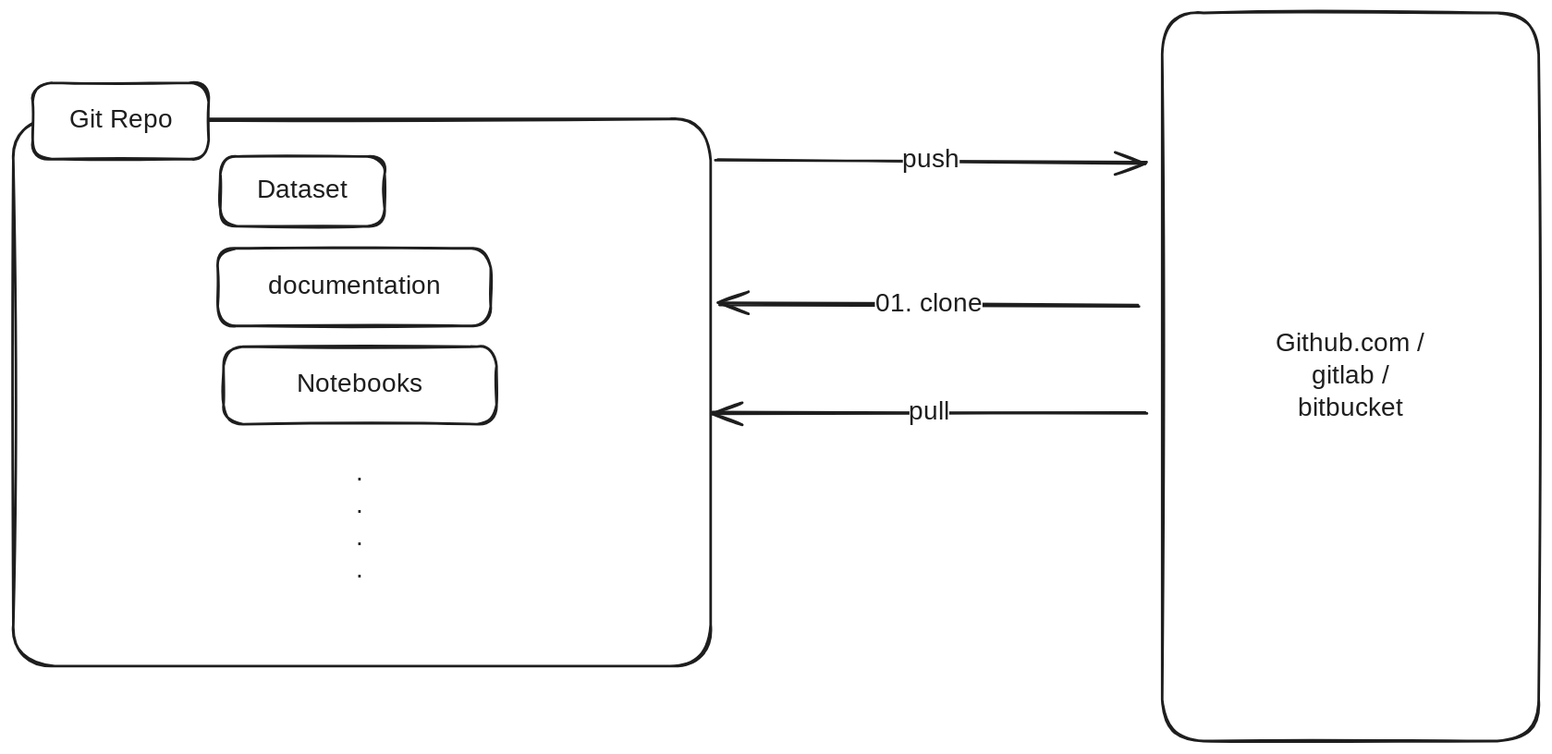
meftaul/e2e-project-09 keeps this Excalidraw diagram as documentation/application-flow.excalidraw.svg. Above is the earlier version. Source tidied: one line per element, renumbered; positions are measured from the earlier drawing's top-left corner, leaving out a move shared by most shapes. The source it was exported from:
```json
{"id": 0, "type": "rectangle", "strokeColor": "#1e1e1e", "strokeWidth": 2, "roughness": 1, "round": true, "x": 0, "y": 82, "width": 539, "height": 423}
{"id": 1, "type": "rectangle", "strokeColor": "#1e1e1e", "strokeWidth": 2, "roughness": 1, "round": true, "x": 160, "y": 111, "width": 127, "height": 54}
{"id": 2, "type": "text", "text": "Dataset", "strokeColor": "#1e1e1e", "strokeWidth": 2, "roughness": 1, "fontSize": 20, "fontFamily": 5, "textAlign": "center", "verticalAlign": "middle", "inside": 1, "x": 182, "y": 126, "width": 82, "height": 25}
{"id": 3, "type": "rectangle", "strokeColor": "#1e1e1e", "strokeWidth": 2, "roughness": 1, "round": true, "x": 158, "y": 182, "width": 211, "height": 60}
{"id": 4, "type": "text", "text": "documentation", "strokeColor": "#1e1e1e", "strokeWidth": 2, "roughness": 1, "fontSize": 20, "fontFamily": 5, "textAlign": "center", "verticalAlign": "middle", "inside": 3, "x": 193, "y": 200, "width": 141, "height": 25}
{"id": 5, "type": "rectangle", "strokeColor": "#1e1e1e", "strokeWidth": 2, "roughness": 1, "round": true, "x": 162, "y": 258, "width": 211, "height": 60}
{"id": 6, "type": "text", "text": "Notebooks", "strokeColor": "#1e1e1e", "strokeWidth": 2, "roughness": 1, "fontSize": 20, "fontFamily": 5, "textAlign": "center", "verticalAlign": "middle", "inside": 5, "x": 216, "y": 276, "width": 103, "height": 25}
{"id": 7, "type": "text", "text": ".\n.\n.\n.", "strokeColor": "#1e1e1e", "strokeWidth": 2, "roughness": 1, "fontSize": 20, "fontFamily": 5, "x": 265, "y": 344, "width": 5, "height": 100}
{"id": 8, "type": "rectangle", "strokeColor": "#1e1e1e", "backgroundColor": "#ffffff", "fillStyle": "solid", "strokeWidth": 2, "roughness": 1, "round": true, "x": 15, "y": 54, "width": 136, "height": 59}
{"id": 9, "type": "text", "text": "Git Repo", "strokeColor": "#1e1e1e", "backgroundColor": "#ffffff", "fillStyle": "solid", "strokeWidth": 2, "roughness": 1, "fontSize": 20, "fontFamily": 5, "textAlign": "center", "verticalAlign": "middle", "inside": 8, "x": 39, "y": 71, "width": 88, "height": 25}
{"id": 10, "type": "rectangle", "strokeColor": "#1e1e1e", "backgroundColor": "#ffffff", "fillStyle": "solid", "strokeWidth": 2, "roughness": 1, "round": true, "x": 888, "y": 0, "width": 291, "height": 563}
{"id": 11, "type": "text", "text": "Github.com /\ngitlab /\nbitbucket", "strokeColor": "#1e1e1e", "backgroundColor": "#ffffff", "fillStyle": "solid", "strokeWidth": 2, "roughness": 1, "fontSize": 20, "fontFamily": 5, "textAlign": "center", "verticalAlign": "middle", "inside": 10, "x": 971, "y": 244, "width": 125, "height": 75}
{"id": 12, "type": "arrow", "strokeColor": "#1e1e1e", "backgroundColor": "#ffffff", "fillStyle": "solid", "strokeWidth": 2, "roughness": 1, "endArrowhead": "arrow", "round": true, "from": 0, "to": 10, "x": 543, "y": 113, "width": 333, "height": 3, "points": [[0, 0], [333, 3]]}
{"id": 13, "type": "text", "text": "push", "strokeColor": "#1e1e1e", "backgroundColor": "#ffffff", "fillStyle": "solid", "strokeWidth": 2, "roughness": 1, "fontSize": 20, "fontFamily": 5, "textAlign": "center", "verticalAlign": "middle", "inside": 12, "x": 688, "y": 102, "width": 44, "height": 25}
{"id": 14, "type": "arrow", "strokeColor": "#1e1e1e", "backgroundColor": "#ffffff", "fillStyle": "solid", "strokeWidth": 2, "roughness": 1, "endArrowhead": "arrow", "round": true, "from": 10, "to": 0, "x": 869, "y": 227, "width": 323, "height": 2, "points": [[0, 0], [-323, -2]]}
{"id": 15, "type": "text", "text": "01. clone", "strokeColor": "#1e1e1e", "backgroundColor": "#ffffff", "fillStyle": "solid", "strokeWidth": 2, "roughness": 1, "fontSize": 20, "fontFamily": 5, "textAlign": "center", "verticalAlign": "middle", "inside": 14, "x": 666, "y": 214, "width": 83, "height": 25}
{"id": 16, "type": "arrow", "strokeColor": "#1e1e1e", "backgroundColor": "#ffffff", "fillStyle": "solid", "strokeWidth": 2, "roughness": 1, "endArrowhead": "arrow", "round": true, "from": 10, "to": 0, "x": 876, "y": 309, "width": 336, "height": 0, "points": [[0, 0], [-336, 0]]}
{"id": 17, "type": "text", "text": "pull", "strokeColor": "#1e1e1e", "backgroundColor": "#ffffff", "fillStyle": "solid", "strokeWidth": 2, "roughness": 1, "fontSize": 20, "fontFamily": 5, "textAlign": "center", "verticalAlign": "middle", "inside": 16, "x": 693, "y": 296, "width": 31, "height": 25}
```
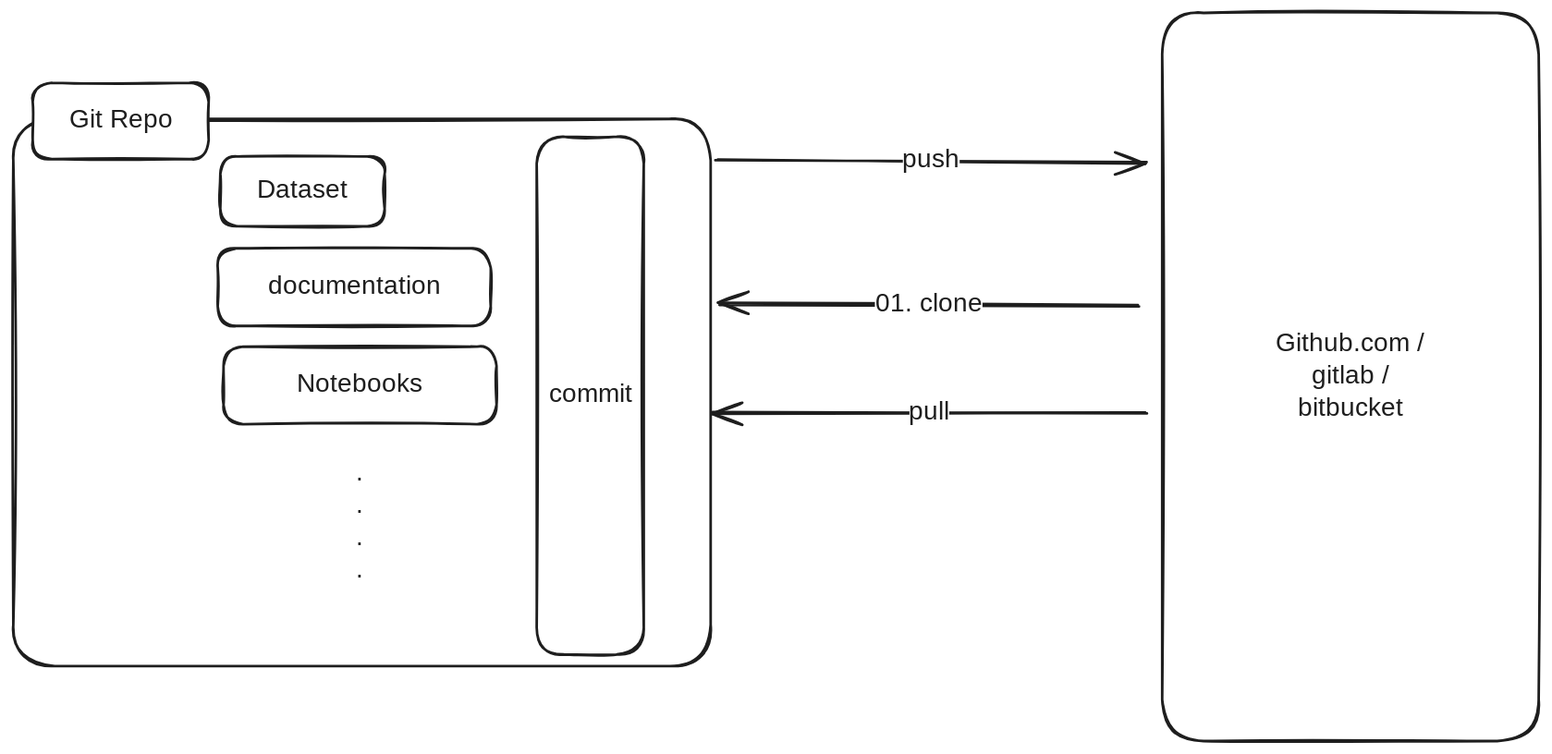
The same diagram one commit later.

Diff of the diagram source:
```diff
@@ -16,3 +16,5 @@
 {"id": 15, "type": "text", "text": "01. clone", "strokeColor": "#1e1e1e", "backgroundColor": "#ffffff", "fillStyle": "solid", "strokeWidth": 2, "roughness": 1, "fontSize": 20, "fontFamily": 5, "textAlign": "center", "verticalAlign": "middle", "inside": 14, "x": 666, "y": 214, "width": 83, "height": 25}
 {"id": 16, "type": "arrow", "strokeColor": "#1e1e1e", "backgroundColor": "#ffffff", "fillStyle": "solid", "strokeWidth": 2, "roughness": 1, "endArrowhead": "arrow", "round": true, "from": 10, "to": 0, "x": 876, "y": 309, "width": 336, "height": 0, "points": [[0, 0], [-336, 0]]}
 {"id": 17, "type": "text", "text": "pull", "strokeColor": "#1e1e1e", "backgroundColor": "#ffffff", "fillStyle": "solid", "strokeWidth": 2, "roughness": 1, "fontSize": 20, "fontFamily": 5, "textAlign": "center", "verticalAlign": "middle", "inside": 16, "x": 693, "y": 296, "width": 31, "height": 25}
+{"id": 18, "type": "rectangle", "strokeColor": "#1e1e1e", "backgroundColor": "#ffffff", "fillStyle": "solid", "strokeWidth": 2, "roughness": 1, "round": true, "x": 405, "y": 96, "width": 83, "height": 400}
+{"id": 19, "type": "text", "text": "commit", "strokeColor": "#1e1e1e", "backgroundColor": "#ffffff", "fillStyle": "solid", "strokeWidth": 2, "roughness": 1, "fontSize": 20, "fontFamily": 5, "textAlign": "center", "verticalAlign": "middle", "inside": 18, "x": 414, "y": 283, "width": 65, "height": 25}
```
